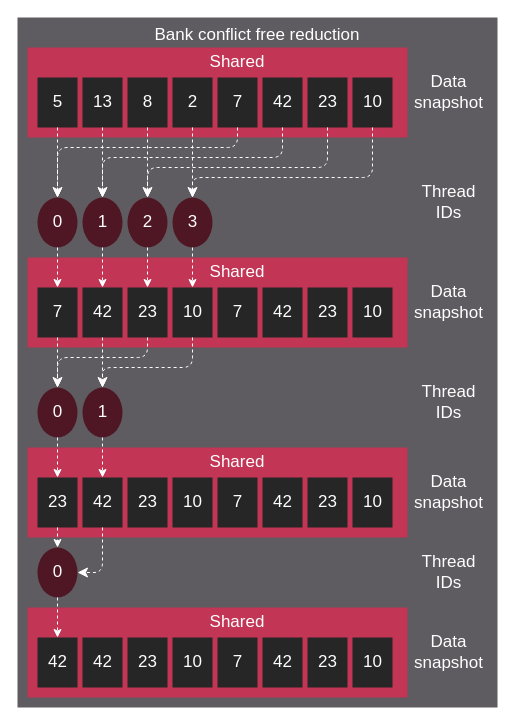
This is docs/data/tutorial/reduction/conflict_free_reduction.drawio from ROCm/amd-rocm-optimization-guide, a draw.io file, before an edit. Source tidied: cells renumbered, new cells numbered last; positions are measured from the earlier drawing's top-left corner, leaving out a move shared by most shapes. Both pictures are drawn from the tidied source at 100%, with x=0, y=0 at pixel (17, 17).
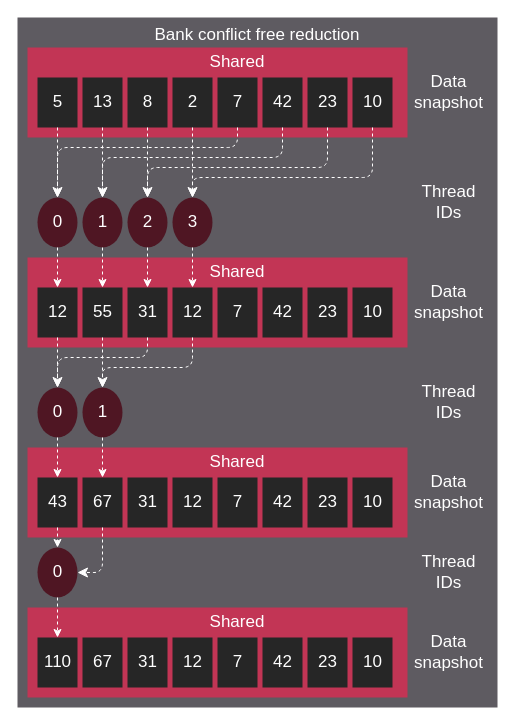
After the change.

Commit message (it also covers changes not shown here):
Overhaul reduction tutorial

What changed in the source:
```diff
@@
-    <mxCell id="37" value="7" style="text;html=1;strokeColor=none;fillColor=none;align=center;verticalAlign=middle;whiteSpace=wrap;rounded=0;fontFamily=Klavika;fontSize=17;fontColor=#FFFFFF;" parent="1" vertex="1">
+    <mxCell id="37" value="12" style="text;html=1;strokeColor=none;fillColor=none;align=center;verticalAlign=middle;whiteSpace=wrap;rounded=0;fontFamily=Klavika;fontSize=17;fontColor=#FFFFFF;" parent="1" vertex="1">
       <mxGeometry x="27.5" y="280" width="25" height="30" as="geometry" />
     </mxCell>
@@
-    <mxCell id="39" value="42" style="text;html=1;strokeColor=none;fillColor=none;align=center;verticalAlign=middle;whiteSpace=wrap;rounded=0;fontFamily=Klavika;fontSize=17;fontColor=#FFFFFF;" parent="1" vertex="1">
+    <mxCell id="39" value="55" style="text;html=1;strokeColor=none;fillColor=none;align=center;verticalAlign=middle;whiteSpace=wrap;rounded=0;fontFamily=Klavika;fontSize=17;fontColor=#FFFFFF;" parent="1" vertex="1">
       <mxGeometry x="72.5" y="280" width="25" height="30" as="geometry" />
     </mxCell>
@@
-    <mxCell id="41" value="23" style="text;html=1;strokeColor=none;fillColor=none;align=center;verticalAlign=middle;whiteSpace=wrap;rounded=0;fontFamily=Klavika;fontSize=17;fontColor=#FFFFFF;" parent="1" vertex="1">
+    <mxCell id="41" value="31" style="text;html=1;strokeColor=none;fillColor=none;align=center;verticalAlign=middle;whiteSpace=wrap;rounded=0;fontFamily=Klavika;fontSize=17;fontColor=#FFFFFF;" parent="1" vertex="1">
       <mxGeometry x="117.5" y="280" width="25" height="30" as="geometry" />
     </mxCell>
@@
-    <mxCell id="43" value="10" style="text;html=1;strokeColor=none;fillColor=none;align=center;verticalAlign=middle;whiteSpace=wrap;rounded=0;fontFamily=Klavika;fontSize=17;fontColor=#FFFFFF;" parent="1" vertex="1">
+    <mxCell id="43" value="12" style="text;html=1;strokeColor=none;fillColor=none;align=center;verticalAlign=middle;whiteSpace=wrap;rounded=0;fontFamily=Klavika;fontSize=17;fontColor=#FFFFFF;" parent="1" vertex="1">
       <mxGeometry x="162.5" y="280" width="25" height="30" as="geometry" />
     </mxCell>
@@
-    <mxCell id="67" value="23" style="text;html=1;strokeColor=none;fillColor=none;align=center;verticalAlign=middle;whiteSpace=wrap;rounded=0;fontFamily=Klavika;fontSize=17;fontColor=#FFFFFF;" parent="1" vertex="1">
+    <mxCell id="67" value="43" style="text;html=1;strokeColor=none;fillColor=none;align=center;verticalAlign=middle;whiteSpace=wrap;rounded=0;fontFamily=Klavika;fontSize=17;fontColor=#FFFFFF;" parent="1" vertex="1">
       <mxGeometry x="27.5" y="470" width="25" height="30" as="geometry" />
     </mxCell>
@@
-    <mxCell id="69" value="42" style="text;html=1;strokeColor=none;fillColor=none;align=center;verticalAlign=middle;whiteSpace=wrap;rounded=0;fontFamily=Klavika;fontSize=17;fontColor=#FFFFFF;" parent="1" vertex="1">
+    <mxCell id="69" value="67" style="text;html=1;strokeColor=none;fillColor=none;align=center;verticalAlign=middle;whiteSpace=wrap;rounded=0;fontFamily=Klavika;fontSize=17;fontColor=#FFFFFF;" parent="1" vertex="1">
       <mxGeometry x="72.5" y="470" width="25" height="30" as="geometry" />
     </mxCell>
@@
-    <mxCell id="71" value="23" style="text;html=1;strokeColor=none;fillColor=none;align=center;verticalAlign=middle;whiteSpace=wrap;rounded=0;fontFamily=Klavika;fontSize=17;fontColor=#FFFFFF;" parent="1" vertex="1">
+    <mxCell id="71" value="31" style="text;html=1;strokeColor=none;fillColor=none;align=center;verticalAlign=middle;whiteSpace=wrap;rounded=0;fontFamily=Klavika;fontSize=17;fontColor=#FFFFFF;" parent="1" vertex="1">
       <mxGeometry x="117.5" y="470" width="25" height="30" as="geometry" />
     </mxCell>
@@
-    <mxCell id="73" value="10" style="text;html=1;strokeColor=none;fillColor=none;align=center;verticalAlign=middle;whiteSpace=wrap;rounded=0;fontFamily=Klavika;fontSize=17;fontColor=#FFFFFF;" parent="1" vertex="1">
+    <mxCell id="73" value="12" style="text;html=1;strokeColor=none;fillColor=none;align=center;verticalAlign=middle;whiteSpace=wrap;rounded=0;fontFamily=Klavika;fontSize=17;fontColor=#FFFFFF;" parent="1" vertex="1">
       <mxGeometry x="162.5" y="470" width="25" height="30" as="geometry" />
     </mxCell>
@@
-    <mxCell id="93" value="42" style="text;html=1;strokeColor=none;fillColor=none;align=center;verticalAlign=middle;whiteSpace=wrap;rounded=0;fontFamily=Klavika;fontSize=17;fontColor=#FFFFFF;" parent="1" vertex="1">
+    <mxCell id="93" value="110" style="text;html=1;strokeColor=none;fillColor=none;align=center;verticalAlign=middle;whiteSpace=wrap;rounded=0;fontFamily=Klavika;fontSize=17;fontColor=#FFFFFF;" parent="1" vertex="1">
       <mxGeometry x="27.5" y="630" width="25" height="30" as="geometry" />
     </mxCell>
@@
-    <mxCell id="95" value="42" style="text;html=1;strokeColor=none;fillColor=none;align=center;verticalAlign=middle;whiteSpace=wrap;rounded=0;fontFamily=Klavika;fontSize=17;fontColor=#FFFFFF;" parent="1" vertex="1">
+    <mxCell id="95" value="67" style="text;html=1;strokeColor=none;fillColor=none;align=center;verticalAlign=middle;whiteSpace=wrap;rounded=0;fontFamily=Klavika;fontSize=17;fontColor=#FFFFFF;" parent="1" vertex="1">
       <mxGeometry x="72.5" y="630" width="25" height="30" as="geometry" />
     </mxCell>
@@
-    <mxCell id="97" value="23" style="text;html=1;strokeColor=none;fillColor=none;align=center;verticalAlign=middle;whiteSpace=wrap;rounded=0;fontFamily=Klavika;fontSize=17;fontColor=#FFFFFF;" parent="1" vertex="1">
+    <mxCell id="97" value="31" style="text;html=1;strokeColor=none;fillColor=none;align=center;verticalAlign=middle;whiteSpace=wrap;rounded=0;fontFamily=Klavika;fontSize=17;fontColor=#FFFFFF;" parent="1" vertex="1">
       <mxGeometry x="117.5" y="630" width="25" height="30" as="geometry" />
     </mxCell>
@@
-    <mxCell id="99" value="10" style="text;html=1;strokeColor=none;fillColor=none;align=center;verticalAlign=middle;whiteSpace=wrap;rounded=0;fontFamily=Klavika;fontSize=17;fontColor=#FFFFFF;" parent="1" vertex="1">
+    <mxCell id="99" value="12" style="text;html=1;strokeColor=none;fillColor=none;align=center;verticalAlign=middle;whiteSpace=wrap;rounded=0;fontFamily=Klavika;fontSize=17;fontColor=#FFFFFF;" parent="1" vertex="1">
       <mxGeometry x="162.5" y="630" width="25" height="30" as="geometry" />
     </mxCell>
```
